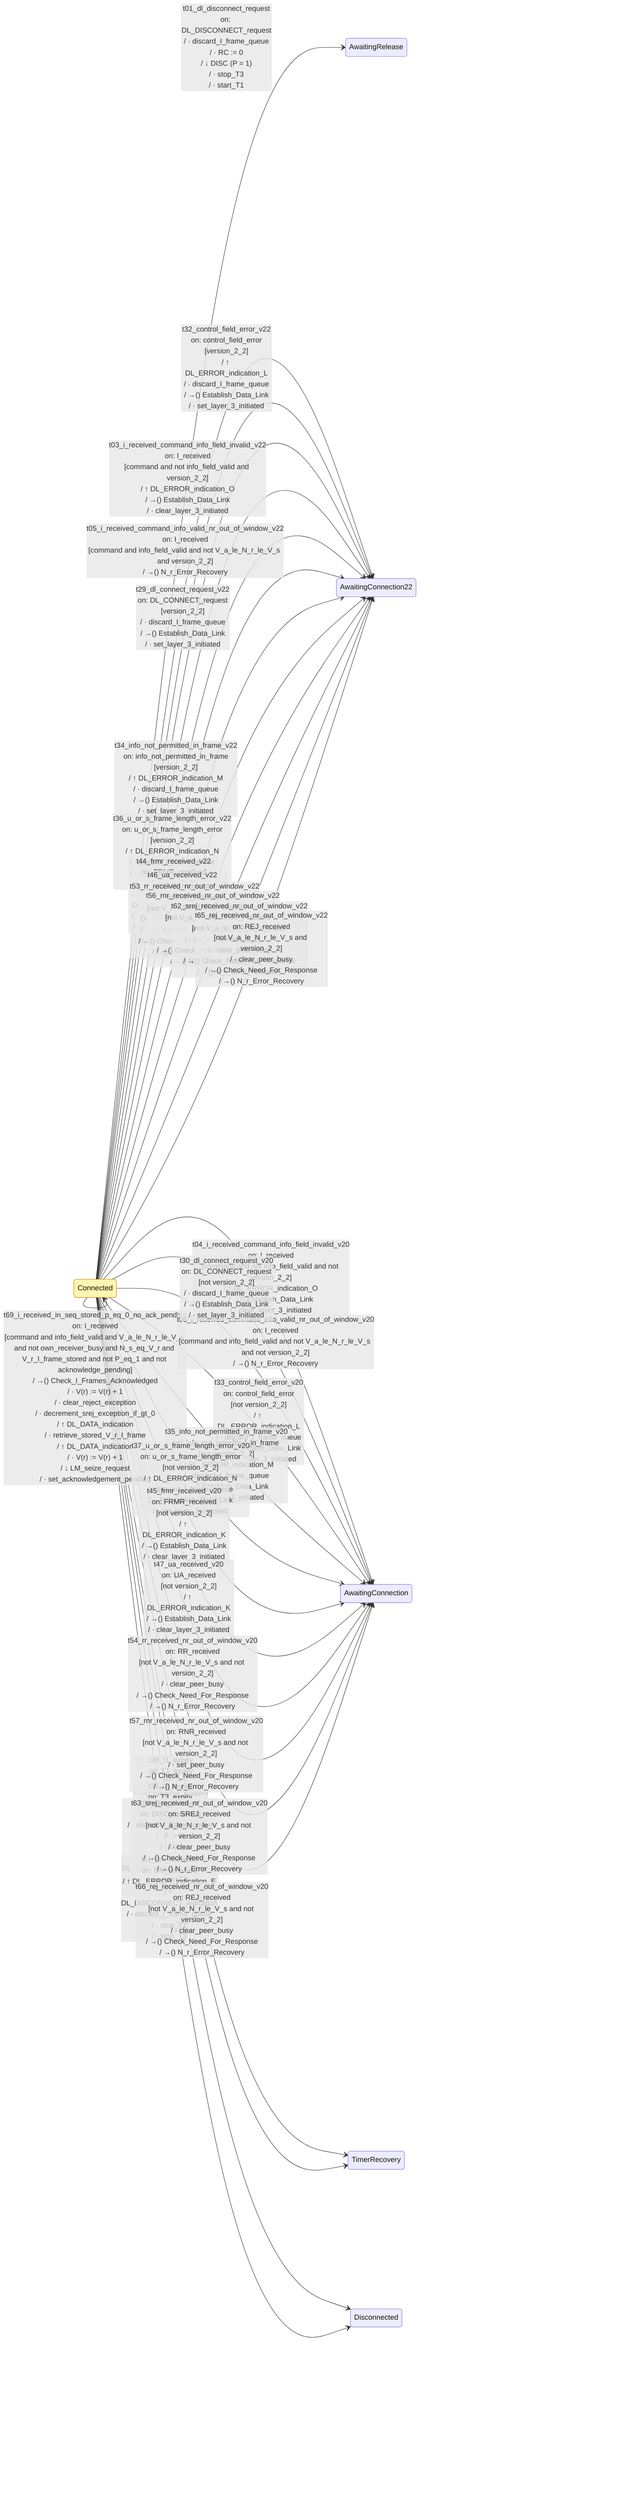
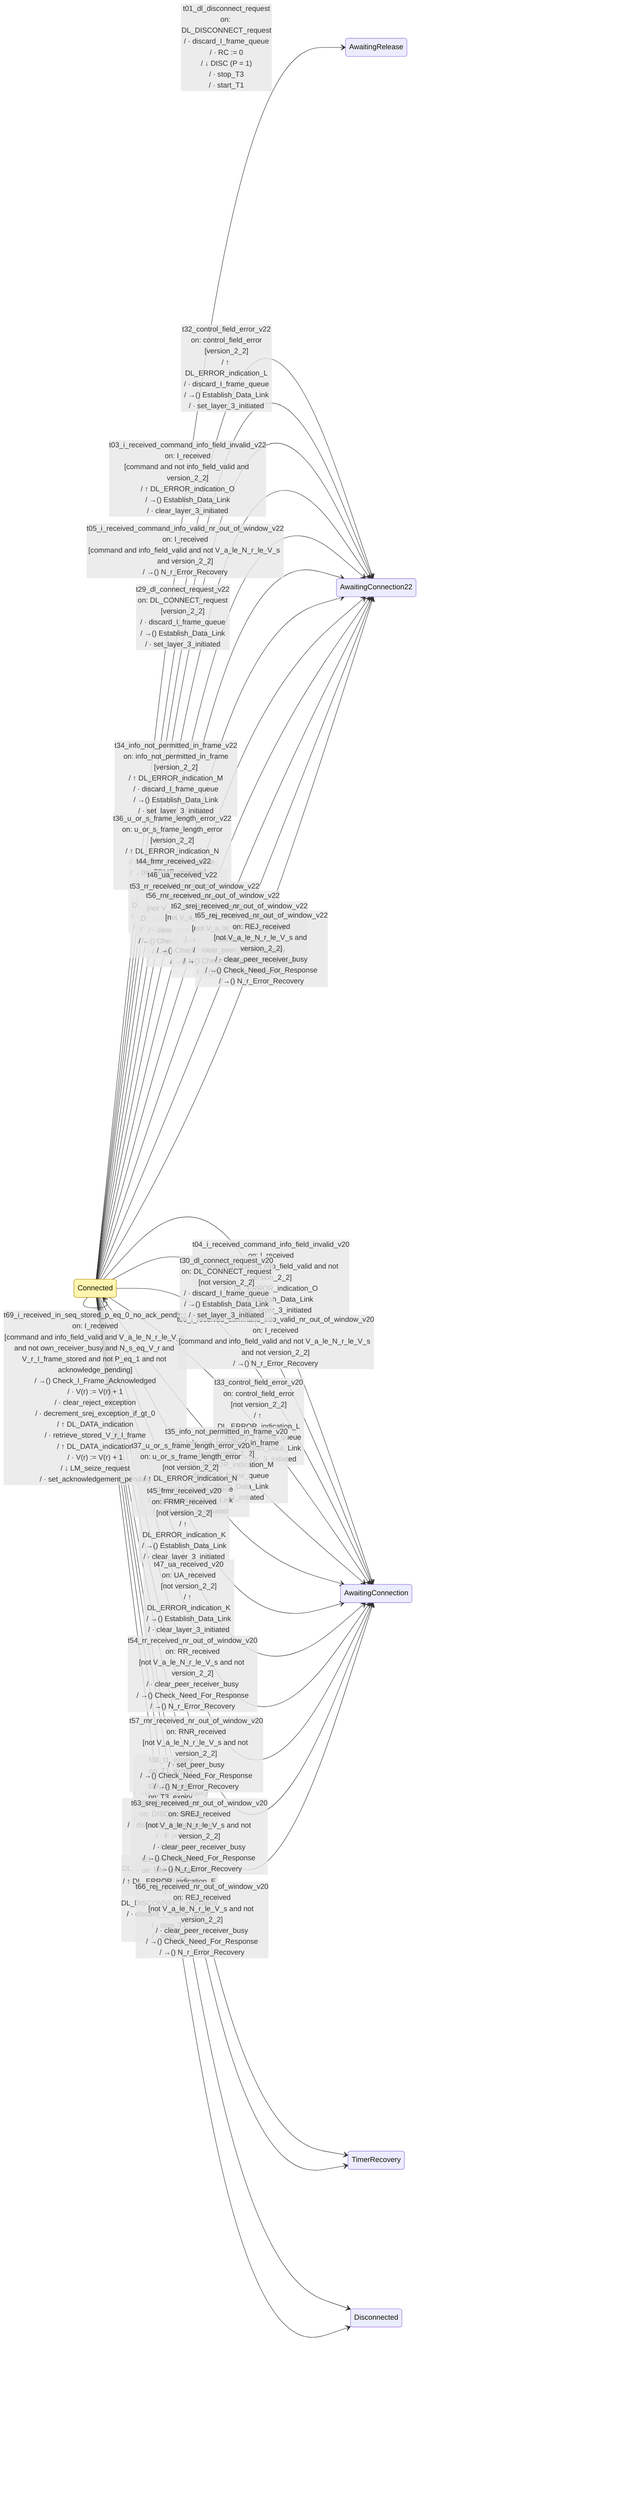
%% This file was produced by tools/Packet.Sdl.CodeGen from spec-sdl/data-link/connected.sdl.yaml
%% Do not edit by hand. Run `dotnet run --project tools/Packet.Sdl.CodeGen` to regenerate.
%%
%% Source: ax.25.2.2.4_Oct_25, figure figc4.4
%% URL: https://raw.githubusercontent.com/packethacking/ax25spec/main/doc/media/figc4.4a.png
%% Coverage: complete
%%
%% Important: this rendering is approximate and intentionally
%% looks nothing like the original SDL figure. It is a machine-
%% generated view of the transitions in the .sdl.yaml — useful
%% for spotting transcription bugs (missing transitions, wrong
%% destination state) but NOT a substitute for reading the spec
%% figure itself. See docs/sdl-primer.md.

stateDiagram-v2
    direction LR

    classDef focal fill:#fff5b1,stroke:#b08800;
    class Connected focal
    Connected --> AwaitingRelease: t01_dl_disconnect_request<br/>on: DL_DISCONNECT_request<br/>/ · discard_I_frame_queue<br/>/ · RC := 0<br/>/ ↓ DISC (P = 1)<br/>/ · stop_T3<br/>/ · start_T1
    Connected --> Connected: t02_i_received_not_command<br/>on: I_received<br/>[not command]<br/>/ ↑ DL_ERROR_indication_O<br/>/ · discard_I_frame
    Connected --> AwaitingConnection22: t03_i_received_command_info_field_invalid_v22<br/>on: I_received<br/>[command and not info_field_valid and version_2_2]<br/>/ ↑ DL_ERROR_indication_O<br/>/ →() Establish_Data_Link<br/>/ · clear_layer_3_initiated
    Connected --> AwaitingConnection: t04_i_received_command_info_field_invalid_v20<br/>on: I_received<br/>[command and not info_field_valid and not version_2_2]<br/>/ ↑ DL_ERROR_indication_O<br/>/ →() Establish_Data_Link<br/>/ · clear_layer_3_initiated
    Connected --> AwaitingConnection22: t05_i_received_command_info_valid_nr_out_of_window_v22<br/>on: I_received<br/>[command and info_field_valid and not V_a_le_N_r_le_V_s and version_2_2]<br/>/ →() N_r_Error_Recovery
    Connected --> AwaitingConnection: t06_i_received_command_info_valid_nr_out_of_window_v20<br/>on: I_received<br/>[command and info_field_valid and not V_a_le_N_r_le_V_s and not version_2_2]<br/>/ →() N_r_Error_Recovery
-     Connected --> Connected: t07_i_received_own_busy_p_eq_1<br/>on: I_received<br/>[command and info_field_valid and V_a_le_N_r_le_V_s and own_receiver_busy and P_eq_1]<br/>/ →() Check_I_Frames_Acknowledged<br/>/ · discard_contents_of_I_frame<br/>/ · F := 1<br/>/ · N(r) := V(r)<br/>/ ↓ RR<br/>/ · clear_acknowledge_pending
-     Connected --> Connected: t08_i_received_own_busy_p_eq_0<br/>on: I_received<br/>[command and info_field_valid and V_a_le_N_r_le_V_s and own_receiver_busy and not P_eq_1]<br/>/ →() Check_I_Frames_Acknowledged<br/>/ · discard_contents_of_I_frame
-     Connected --> Connected: t09_i_received_in_seq_no_stored_p_eq_1<br/>on: I_received<br/>[command and info_field_valid and V_a_le_N_r_le_V_s and not own_receiver_busy and N_s_eq_V_r and not V_r_I_frame_stored and P_eq_1]<br/>/ →() Check_I_Frames_Acknowledged<br/>/ · V(r) := V(r) + 1<br/>/ · clear_reject_exception<br/>/ · decrement_srej_exception_if_gt_0<br/>/ ↑ DL_DATA_indication<br/>/ · F := 1<br/>/ · N(r) := V(r)<br/>/ ↓ RR<br/>/ · clear_acknowledge_pending
-     Connected --> Connected: t10_i_received_in_seq_no_stored_p_eq_0_ack_pending<br/>on: I_received<br/>[command and info_field_valid and V_a_le_N_r_le_V_s and not own_receiver_busy and N_s_eq_V_r and not V_r_I_frame_stored and not P_eq_1 and acknowledge_pending]<br/>/ →() Check_I_Frames_Acknowledged<br/>/ · V(r) := V(r) + 1<br/>/ · clear_reject_exception<br/>/ · decrement_srej_exception_if_gt_0<br/>/ ↑ DL_DATA_indication
-     Connected --> Connected: t11_i_received_in_seq_no_stored_p_eq_0_no_ack_pending<br/>on: I_received<br/>[command and info_field_valid and V_a_le_N_r_le_V_s and not own_receiver_busy and N_s_eq_V_r and not V_r_I_frame_stored and not P_eq_1 and not acknowledge_pending]<br/>/ →() Check_I_Frames_Acknowledged<br/>/ · V(r) := V(r) + 1<br/>/ · clear_reject_exception<br/>/ · decrement_srej_exception_if_gt_0<br/>/ ↑ DL_DATA_indication<br/>/ ↓ LM_seize_request<br/>/ · set_acknowledgement_pending
-     Connected --> Connected: t12_i_received_out_of_seq_reject_exception_p_eq_1<br/>on: I_received<br/>[command and info_field_valid and V_a_le_N_r_le_V_s and not own_receiver_busy and not N_s_eq_V_r and reject_exception and P_eq_1]<br/>/ →() Check_I_Frames_Acknowledged<br/>/ · discard_contents_of_I_frame<br/>/ · F := 1<br/>/ · N(r) := V(r)<br/>/ ↓ RR<br/>/ · clear_acknowledge_pending
-     Connected --> Connected: t13_i_received_out_of_seq_reject_exception_p_eq_0<br/>on: I_received<br/>[command and info_field_valid and V_a_le_N_r_le_V_s and not own_receiver_busy and not N_s_eq_V_r and reject_exception and not P_eq_1]<br/>/ →() Check_I_Frames_Acknowledged<br/>/ · discard_contents_of_I_frame
-     Connected --> Connected: t14_i_received_out_of_seq_srej_enabled_no_excep_in_range<br/>on: I_received<br/>[command and info_field_valid and V_a_le_N_r_le_V_s and not own_receiver_busy and not N_s_eq_V_r and not reject_exception and srej_enabled and not srej_exception_gt_0 and not N_s_gt_V_r_plus_1]<br/>/ →() Check_I_Frames_Acknowledged<br/>/ · save_contents_of_I_frame<br/>/ · N(r) := V(r)<br/>/ · F := 1<br/>/ · increment_srej_exception<br/>/ ↓ SREJ
-     Connected --> Connected: t15_i_received_out_of_seq_srej_enabled_no_excep_far_skip<br/>on: I_received<br/>[command and info_field_valid and V_a_le_N_r_le_V_s and not own_receiver_busy and not N_s_eq_V_r and not reject_exception and srej_enabled and not srej_exception_gt_0 and N_s_gt_V_r_plus_1]<br/>/ →() Check_I_Frames_Acknowledged<br/>/ · save_contents_of_I_frame<br/>/ · discard_contents_of_I_frame<br/>/ · set_reject_exception<br/>/ · F := P<br/>/ · N(r) := V(r)<br/>/ ↓ REJ<br/>/ · clear_acknowledge_pending
-     Connected --> Connected: t16_i_received_out_of_seq_srej_enabled_existing_excep<br/>on: I_received<br/>[command and info_field_valid and V_a_le_N_r_le_V_s and not own_receiver_busy and not N_s_eq_V_r and not reject_exception and srej_enabled and srej_exception_gt_0]<br/>/ →() Check_I_Frames_Acknowledged<br/>/ · save_contents_of_I_frame<br/>/ · N(r) := N(s)<br/>/ · F := 0<br/>/ · increment_srej_exception<br/>/ ↓ SREJ
-     Connected --> Connected: t17_i_received_out_of_seq_srej_disabled<br/>on: I_received<br/>[command and info_field_valid and V_a_le_N_r_le_V_s and not own_receiver_busy and not N_s_eq_V_r and not reject_exception and not srej_enabled]<br/>/ →() Check_I_Frames_Acknowledged<br/>/ · discard_contents_of_I_frame<br/>/ · set_reject_exception<br/>/ · F := P<br/>/ · N(r) := V(r)<br/>/ ↓ REJ<br/>/ · clear_acknowledge_pending
+     Connected --> Connected: t07_i_received_own_busy_p_eq_1<br/>on: I_received<br/>[command and info_field_valid and V_a_le_N_r_le_V_s and own_receiver_busy and P_eq_1]<br/>/ →() Check_I_Frame_Acknowledged<br/>/ · discard_contents_of_I_frame<br/>/ · F := 1<br/>/ · N(r) := V(r)<br/>/ ↓ RR<br/>/ · clear_acknowledge_pending
+     Connected --> Connected: t08_i_received_own_busy_p_eq_0<br/>on: I_received<br/>[command and info_field_valid and V_a_le_N_r_le_V_s and own_receiver_busy and not P_eq_1]<br/>/ →() Check_I_Frame_Acknowledged<br/>/ · discard_contents_of_I_frame
+     Connected --> Connected: t09_i_received_in_seq_no_stored_p_eq_1<br/>on: I_received<br/>[command and info_field_valid and V_a_le_N_r_le_V_s and not own_receiver_busy and N_s_eq_V_r and not V_r_I_frame_stored and P_eq_1]<br/>/ →() Check_I_Frame_Acknowledged<br/>/ · V(r) := V(r) + 1<br/>/ · clear_reject_exception<br/>/ · decrement_srej_exception_if_gt_0<br/>/ ↑ DL_DATA_indication<br/>/ · F := 1<br/>/ · N(r) := V(r)<br/>/ ↓ RR<br/>/ · clear_acknowledge_pending
+     Connected --> Connected: t10_i_received_in_seq_no_stored_p_eq_0_ack_pending<br/>on: I_received<br/>[command and info_field_valid and V_a_le_N_r_le_V_s and not own_receiver_busy and N_s_eq_V_r and not V_r_I_frame_stored and not P_eq_1 and acknowledge_pending]<br/>/ →() Check_I_Frame_Acknowledged<br/>/ · V(r) := V(r) + 1<br/>/ · clear_reject_exception<br/>/ · decrement_srej_exception_if_gt_0<br/>/ ↑ DL_DATA_indication
+     Connected --> Connected: t11_i_received_in_seq_no_stored_p_eq_0_no_ack_pending<br/>on: I_received<br/>[command and info_field_valid and V_a_le_N_r_le_V_s and not own_receiver_busy and N_s_eq_V_r and not V_r_I_frame_stored and not P_eq_1 and not acknowledge_pending]<br/>/ →() Check_I_Frame_Acknowledged<br/>/ · V(r) := V(r) + 1<br/>/ · clear_reject_exception<br/>/ · decrement_srej_exception_if_gt_0<br/>/ ↑ DL_DATA_indication<br/>/ ↓ LM_seize_request<br/>/ · set_acknowledgement_pending
+     Connected --> Connected: t12_i_received_out_of_seq_reject_exception_p_eq_1<br/>on: I_received<br/>[command and info_field_valid and V_a_le_N_r_le_V_s and not own_receiver_busy and not N_s_eq_V_r and reject_exception and P_eq_1]<br/>/ →() Check_I_Frame_Acknowledged<br/>/ · discard_contents_of_I_frame<br/>/ · F := 1<br/>/ · N(r) := V(r)<br/>/ ↓ RR<br/>/ · clear_acknowledge_pending
+     Connected --> Connected: t13_i_received_out_of_seq_reject_exception_p_eq_0<br/>on: I_received<br/>[command and info_field_valid and V_a_le_N_r_le_V_s and not own_receiver_busy and not N_s_eq_V_r and reject_exception and not P_eq_1]<br/>/ →() Check_I_Frame_Acknowledged<br/>/ · discard_contents_of_I_frame
+     Connected --> Connected: t14_i_received_out_of_seq_srej_enabled_no_excep_in_range<br/>on: I_received<br/>[command and info_field_valid and V_a_le_N_r_le_V_s and not own_receiver_busy and not N_s_eq_V_r and not reject_exception and srej_enabled and not srej_exception_gt_0 and not N_s_gt_V_r_plus_1]<br/>/ →() Check_I_Frame_Acknowledged<br/>/ · save_contents_of_I_frame<br/>/ · N(r) := V(r)<br/>/ · F := 1<br/>/ · increment_srej_exception<br/>/ ↓ SREJ
+     Connected --> Connected: t15_i_received_out_of_seq_srej_enabled_no_excep_far_skip<br/>on: I_received<br/>[command and info_field_valid and V_a_le_N_r_le_V_s and not own_receiver_busy and not N_s_eq_V_r and not reject_exception and srej_enabled and not srej_exception_gt_0 and N_s_gt_V_r_plus_1]<br/>/ →() Check_I_Frame_Acknowledged<br/>/ · save_contents_of_I_frame<br/>/ · discard_contents_of_I_frame<br/>/ · set_reject_exception<br/>/ · F := P<br/>/ · N(r) := V(r)<br/>/ ↓ REJ<br/>/ · clear_acknowledge_pending
+     Connected --> Connected: t16_i_received_out_of_seq_srej_enabled_existing_excep<br/>on: I_received<br/>[command and info_field_valid and V_a_le_N_r_le_V_s and not own_receiver_busy and not N_s_eq_V_r and not reject_exception and srej_enabled and srej_exception_gt_0]<br/>/ →() Check_I_Frame_Acknowledged<br/>/ · save_contents_of_I_frame<br/>/ · N(r) := N(s)<br/>/ · F := 0<br/>/ · increment_srej_exception<br/>/ ↓ SREJ
+     Connected --> Connected: t17_i_received_out_of_seq_srej_disabled<br/>on: I_received<br/>[command and info_field_valid and V_a_le_N_r_le_V_s and not own_receiver_busy and not N_s_eq_V_r and not reject_exception and not srej_enabled]<br/>/ →() Check_I_Frame_Acknowledged<br/>/ · discard_contents_of_I_frame<br/>/ · set_reject_exception<br/>/ · F := P<br/>/ · N(r) := V(r)<br/>/ ↓ REJ<br/>/ · clear_acknowledge_pending
    Connected --> Connected: t18_dl_data_request<br/>on: DL_DATA_request<br/>/ ⇢ push_on_I_frame_queue
    Connected --> Connected: t19_i_frame_pops_off_queue_send_now_t1_running<br/>on: I_frame_pops_off_queue<br/>[not peer_receiver_busy and not V_s_eq_V_a_plus_k and T1_running]<br/>/ · N(s) := V(s)<br/>/ · N(r) := V(r)<br/>/ · p := 0<br/>/ ↓ I_command<br/>/ · V(s) := V(s) + 1<br/>/ · clear_acknowledge_pending
    Connected --> Connected: t20_i_frame_pops_off_queue_send_now_t1_not_running<br/>on: I_frame_pops_off_queue<br/>[not peer_receiver_busy and not V_s_eq_V_a_plus_k and not T1_running]<br/>/ · N(s) := V(s)<br/>/ · N(r) := V(r)<br/>/ · p := 0<br/>/ ↓ I_command<br/>/ · V(s) := V(s) + 1<br/>/ · clear_acknowledge_pending<br/>/ · stop_T3<br/>/ · start_T1
    Connected --> Connected: t21_i_frame_pops_off_queue_window_full<br/>on: I_frame_pops_off_queue<br/>[not peer_receiver_busy and V_s_eq_V_a_plus_k]<br/>/ ⇢ push_on_I_frame_queue
    Connected --> Connected: t22_i_frame_pops_off_queue_peer_busy<br/>on: I_frame_pops_off_queue<br/>[peer_receiver_busy]<br/>/ ⇢ push_on_I_frame_queue
    Connected --> Connected: t23_dl_unit_data_request<br/>on: DL_UNIT_DATA_request<br/>/ ↓ UI_command
    Connected --> Connected: t24_dl_flow_off_when_not_busy<br/>on: DL_FLOW_OFF_request<br/>[own_receiver_busy]<br/>/ · set_own_receiver_busy<br/>/ ↓ RNR_response<br/>/ · clear_acknowledge_pending
    Connected --> Connected: t25_dl_flow_off_when_already_busy<br/>on: DL_FLOW_OFF_request<br/>[not own_receiver_busy]
    Connected --> Connected: t26_dl_flow_on_when_busy_and_t1_not_running<br/>on: DL_FLOW_ON_request<br/>[own_receiver_busy and not T1_running]<br/>/ · clear_own_receiver_busy<br/>/ ↓ RR_command<br/>/ · clear_acknowledge_pending<br/>/ · stop_T3<br/>/ · start_T1
    Connected --> Connected: t27_dl_flow_on_when_busy_and_t1_running<br/>on: DL_FLOW_ON_request<br/>[own_receiver_busy and T1_running]<br/>/ · clear_own_receiver_busy<br/>/ ↓ RR_command<br/>/ · clear_acknowledge_pending
    Connected --> Connected: t28_dl_flow_on_when_not_busy<br/>on: DL_FLOW_ON_request<br/>[not own_receiver_busy]
    Connected --> AwaitingConnection22: t29_dl_connect_request_v22<br/>on: DL_CONNECT_request<br/>[version_2_2]<br/>/ · discard_I_frame_queue<br/>/ →() Establish_Data_Link<br/>/ · set_layer_3_initiated
    Connected --> AwaitingConnection: t30_dl_connect_request_v20<br/>on: DL_CONNECT_request<br/>[not version_2_2]<br/>/ · discard_I_frame_queue<br/>/ →() Establish_Data_Link<br/>/ · set_layer_3_initiated
    Connected --> Connected: t31_all_other_primitives_from_lower_layer<br/>on: all_other_primitives__from_lower_layer
    Connected --> AwaitingConnection22: t32_control_field_error_v22<br/>on: control_field_error<br/>[version_2_2]<br/>/ ↑ DL_ERROR_indication_L<br/>/ · discard_I_frame_queue<br/>/ →() Establish_Data_Link<br/>/ · set_layer_3_initiated
    Connected --> AwaitingConnection: t33_control_field_error_v20<br/>on: control_field_error<br/>[not version_2_2]<br/>/ ↑ DL_ERROR_indication_L<br/>/ · discard_I_frame_queue<br/>/ →() Establish_Data_Link<br/>/ · set_layer_3_initiated
    Connected --> AwaitingConnection22: t34_info_not_permitted_in_frame_v22<br/>on: info_not_permitted_in_frame<br/>[version_2_2]<br/>/ ↑ DL_ERROR_indication_M<br/>/ · discard_I_frame_queue<br/>/ →() Establish_Data_Link<br/>/ · set_layer_3_initiated
    Connected --> AwaitingConnection: t35_info_not_permitted_in_frame_v20<br/>on: info_not_permitted_in_frame<br/>[not version_2_2]<br/>/ ↑ DL_ERROR_indication_M<br/>/ · discard_I_frame_queue<br/>/ →() Establish_Data_Link<br/>/ · set_layer_3_initiated
    Connected --> AwaitingConnection22: t36_u_or_s_frame_length_error_v22<br/>on: u_or_s_frame_length_error<br/>[version_2_2]<br/>/ ↑ DL_ERROR_indication_N<br/>/ · discard_I_frame_queue<br/>/ →() Establish_Data_Link<br/>/ · set_layer_3_initiated
    Connected --> AwaitingConnection: t37_u_or_s_frame_length_error_v20<br/>on: u_or_s_frame_length_error<br/>[not version_2_2]<br/>/ ↑ DL_ERROR_indication_N<br/>/ · discard_I_frame_queue<br/>/ →() Establish_Data_Link<br/>/ · set_layer_3_initiated
    Connected --> TimerRecovery: t38_t1_expiry<br/>on: T1_expiry<br/>/ · RC := 1<br/>/ →() Transmit_Enquiry
    Connected --> TimerRecovery: t39_t3_expiry<br/>on: T3_expiry<br/>/ · RC := 1<br/>/ →() Transmit_Enquiry
    Connected --> Connected: t40_sabm_received_vs_neq_va<br/>on: SABM_received<br/>[not V_s_eq_V_a]<br/>/ · F := P<br/>/ · set_version_2_0<br/>/ ↓ UA<br/>/ →() Clear_Exception_Conditions<br/>/ ↑ DL_ERROR_indication_F<br/>/ · discard_I_frame_queue<br/>/ ↑ DL_CONNECT_indication<br/>/ · stop_T1<br/>/ · start_T3<br/>/ · V(a) := 0<br/>/ · V(s) := 0<br/>/ · V(r) := 0<br/>/ · RC := 0
    Connected --> Connected: t41_sabm_received_vs_eq_va<br/>on: SABM_received<br/>[V_s_eq_V_a]<br/>/ · F := P<br/>/ · set_version_2_0<br/>/ ↓ UA<br/>/ →() Clear_Exception_Conditions<br/>/ ↑ DL_ERROR_indication_F<br/>/ · stop_T1<br/>/ · start_T3<br/>/ · V(a) := 0<br/>/ · V(s) := 0<br/>/ · V(r) := 0<br/>/ · RC := 0
    Connected --> Connected: t42_sabme_received_vs_neq_va<br/>on: SABME_received<br/>[not V_s_eq_V_a]<br/>/ · F := P<br/>/ · set_version_2_2<br/>/ ↓ UA<br/>/ →() Clear_Exception_Conditions<br/>/ ↑ DL_ERROR_indication_F<br/>/ · discard_I_frame_queue<br/>/ ↑ DL_CONNECT_indication<br/>/ · stop_T1<br/>/ · start_T3<br/>/ · V(a) := 0<br/>/ · V(s) := 0<br/>/ · V(r) := 0<br/>/ · RC := 0
    Connected --> Connected: t43_sabme_received_vs_eq_va<br/>on: SABME_received<br/>[V_s_eq_V_a]<br/>/ · F := P<br/>/ · set_version_2_2<br/>/ ↓ UA<br/>/ →() Clear_Exception_Conditions<br/>/ ↑ DL_ERROR_indication_F<br/>/ · stop_T1<br/>/ · start_T3<br/>/ · V(a) := 0<br/>/ · V(s) := 0<br/>/ · V(r) := 0<br/>/ · RC := 0
    Connected --> AwaitingConnection22: t44_frmr_received_v22<br/>on: FRMR_received<br/>[version_2_2]<br/>/ ↑ DL_ERROR_indication_K<br/>/ →() Establish_Data_Link<br/>/ · clear_layer_3_initiated
    Connected --> AwaitingConnection: t45_frmr_received_v20<br/>on: FRMR_received<br/>[not version_2_2]<br/>/ ↑ DL_ERROR_indication_K<br/>/ →() Establish_Data_Link<br/>/ · clear_layer_3_initiated
    Connected --> AwaitingConnection22: t46_ua_received_v22<br/>on: UA_received<br/>[version_2_2]<br/>/ ↑ DL_ERROR_indication_K<br/>/ →() Establish_Data_Link<br/>/ · clear_layer_3_initiated
    Connected --> AwaitingConnection: t47_ua_received_v20<br/>on: UA_received<br/>[not version_2_2]<br/>/ ↑ DL_ERROR_indication_K<br/>/ →() Establish_Data_Link<br/>/ · clear_layer_3_initiated
    Connected --> Connected: t48_ui_received_p_eq_0<br/>on: UI_received<br/>[not P_eq_1]<br/>/ →() UI_Check
    Connected --> Connected: t49_ui_received_p_eq_1<br/>on: UI_received<br/>[P_eq_1]<br/>/ →() UI_Check<br/>/ →() Enquiry_Response_F_1
    Connected --> Disconnected: t50_disc_received<br/>on: DISC_received<br/>/ · discard_I_frame_queue<br/>/ · F := P<br/>/ ↓ UA<br/>/ ↑ DL_DISCONNECT_indication<br/>/ · stop_T3<br/>/ · start_T1
    Connected --> Disconnected: t51_dm_received<br/>on: DM_received<br/>/ ↑ DL_ERROR_indication_E<br/>/ ↑ DL_DISCONNECT_indication<br/>/ · discard_I_frame_queue<br/>/ · stop_T1<br/>/ · stop_T3
-     Connected --> Connected: t52_rr_received_nr_in_window<br/>on: RR_received<br/>[V_a_le_N_r_le_V_s]<br/>/ · clear_peer_busy<br/>/ →() Check_Need_For_Response<br/>/ →() Check_I_Frame_Acknowledged
-     Connected --> AwaitingConnection22: t53_rr_received_nr_out_of_window_v22<br/>on: RR_received<br/>[not V_a_le_N_r_le_V_s and version_2_2]<br/>/ · clear_peer_busy<br/>/ →() Check_Need_For_Response<br/>/ →() N_r_Error_Recovery
-     Connected --> AwaitingConnection: t54_rr_received_nr_out_of_window_v20<br/>on: RR_received<br/>[not V_a_le_N_r_le_V_s and not version_2_2]<br/>/ · clear_peer_busy<br/>/ →() Check_Need_For_Response<br/>/ →() N_r_Error_Recovery
+     Connected --> Connected: t52_rr_received_nr_in_window<br/>on: RR_received<br/>[V_a_le_N_r_le_V_s]<br/>/ · clear_peer_receiver_busy<br/>/ →() Check_Need_For_Response<br/>/ →() Check_I_Frame_Acknowledged
+     Connected --> AwaitingConnection22: t53_rr_received_nr_out_of_window_v22<br/>on: RR_received<br/>[not V_a_le_N_r_le_V_s and version_2_2]<br/>/ · clear_peer_receiver_busy<br/>/ →() Check_Need_For_Response<br/>/ →() N_r_Error_Recovery
+     Connected --> AwaitingConnection: t54_rr_received_nr_out_of_window_v20<br/>on: RR_received<br/>[not V_a_le_N_r_le_V_s and not version_2_2]<br/>/ · clear_peer_receiver_busy<br/>/ →() Check_Need_For_Response<br/>/ →() N_r_Error_Recovery
    Connected --> Connected: t55_rnr_received_nr_in_window<br/>on: RNR_received<br/>[V_a_le_N_r_le_V_s]<br/>/ · set_peer_busy<br/>/ →() Check_Need_For_Response<br/>/ →() Check_I_Frame_Acknowledged
    Connected --> AwaitingConnection22: t56_rnr_received_nr_out_of_window_v22<br/>on: RNR_received<br/>[not V_a_le_N_r_le_V_s and version_2_2]<br/>/ · set_peer_busy<br/>/ →() Check_Need_For_Response<br/>/ →() N_r_Error_Recovery
    Connected --> AwaitingConnection: t57_rnr_received_nr_out_of_window_v20<br/>on: RNR_received<br/>[not V_a_le_N_r_le_V_s and not version_2_2]<br/>/ · set_peer_busy<br/>/ →() Check_Need_For_Response<br/>/ →() N_r_Error_Recovery
    Connected --> Connected: t58_lm_seize_confirm_no_ack_pending<br/>on: LM_SEIZE_confirm<br/>[not acknowledge_pending]<br/>/ ↓ LM_release_request
    Connected --> Connected: t59_lm_seize_confirm_ack_pending<br/>on: LM_SEIZE_confirm<br/>[acknowledge_pending]<br/>/ · clear_acknowledge_pending<br/>/ →() Enquiry_Response_F_0<br/>/ ↓ LM_release_request
-     Connected --> Connected: t60_srej_received_nr_in_window_pf_eq_0<br/>on: SREJ_received<br/>[V_a_le_N_r_le_V_s and not P_or_F_eq_1]<br/>/ · clear_peer_busy<br/>/ →() Check_Need_For_Response<br/>/ · stop_T1<br/>/ · start_T3<br/>/ →() Select_T1_Value<br/>/ ⇢ push_old_I_frame_N_r_on_queue<br/>/ ↓ LM_data_request<br/>/ · stop_T3<br/>/ · start_T1<br/>/ · clear_acknowledge_pending
-     Connected --> Connected: t61_srej_received_nr_in_window_pf_eq_1<br/>on: SREJ_received<br/>[V_a_le_N_r_le_V_s and P_or_F_eq_1]<br/>/ · clear_peer_busy<br/>/ →() Check_Need_For_Response<br/>/ · V(a) := N(r)<br/>/ · stop_T1<br/>/ · start_T3<br/>/ →() Select_T1_Value<br/>/ ⇢ push_old_I_frame_N_r_on_queue<br/>/ ↓ LM_data_request<br/>/ · stop_T3<br/>/ · start_T1<br/>/ · clear_acknowledge_pending
-     Connected --> AwaitingConnection22: t62_srej_received_nr_out_of_window_v22<br/>on: SREJ_received<br/>[not V_a_le_N_r_le_V_s and version_2_2]<br/>/ · clear_peer_busy<br/>/ →() Check_Need_For_Response<br/>/ →() N_r_Error_Recovery
-     Connected --> AwaitingConnection: t63_srej_received_nr_out_of_window_v20<br/>on: SREJ_received<br/>[not V_a_le_N_r_le_V_s and not version_2_2]<br/>/ · clear_peer_busy<br/>/ →() Check_Need_For_Response<br/>/ →() N_r_Error_Recovery
-     Connected --> Connected: t64_rej_received_nr_in_window<br/>on: REJ_received<br/>[V_a_le_N_r_le_V_s]<br/>/ · clear_peer_busy<br/>/ →() Check_Need_For_Response<br/>/ · V(a) := N(r)<br/>/ · start_T1<br/>/ · stop_T3<br/>/ · clear_acknowledge_pending<br/>/ →() Select_T1_Value<br/>/ →() Invoke_Retransmission
-     Connected --> AwaitingConnection22: t65_rej_received_nr_out_of_window_v22<br/>on: REJ_received<br/>[not V_a_le_N_r_le_V_s and version_2_2]<br/>/ · clear_peer_busy<br/>/ →() Check_Need_For_Response<br/>/ →() N_r_Error_Recovery
-     Connected --> AwaitingConnection: t66_rej_received_nr_out_of_window_v20<br/>on: REJ_received<br/>[not V_a_le_N_r_le_V_s and not version_2_2]<br/>/ · clear_peer_busy<br/>/ →() Check_Need_For_Response<br/>/ →() N_r_Error_Recovery
-     Connected --> Connected: t67_i_received_in_seq_stored_p_eq_1<br/>on: I_received<br/>[command and info_field_valid and V_a_le_N_r_le_V_s and not own_receiver_busy and N_s_eq_V_r and V_r_I_frame_stored and P_eq_1]<br/>/ →() Check_I_Frames_Acknowledged<br/>/ · V(r) := V(r) + 1<br/>/ · clear_reject_exception<br/>/ · decrement_srej_exception_if_gt_0<br/>/ ↑ DL_DATA_indication<br/>/ · retrieve_stored_V_r_I_frame<br/>/ ↑ DL_DATA_indication<br/>/ · V(r) := V(r) + 1<br/>/ · F := 1<br/>/ · N(r) := V(r)<br/>/ ↓ RR<br/>/ · clear_acknowledge_pending
-     Connected --> Connected: t68_i_received_in_seq_stored_p_eq_0_ack_pending<br/>on: I_received<br/>[command and info_field_valid and V_a_le_N_r_le_V_s and not own_receiver_busy and N_s_eq_V_r and V_r_I_frame_stored and not P_eq_1 and acknowledge_pending]<br/>/ →() Check_I_Frames_Acknowledged<br/>/ · V(r) := V(r) + 1<br/>/ · clear_reject_exception<br/>/ · decrement_srej_exception_if_gt_0<br/>/ ↑ DL_DATA_indication<br/>/ · retrieve_stored_V_r_I_frame<br/>/ ↑ DL_DATA_indication<br/>/ · V(r) := V(r) + 1
-     Connected --> Connected: t69_i_received_in_seq_stored_p_eq_0_no_ack_pending<br/>on: I_received<br/>[command and info_field_valid and V_a_le_N_r_le_V_s and not own_receiver_busy and N_s_eq_V_r and V_r_I_frame_stored and not P_eq_1 and not acknowledge_pending]<br/>/ →() Check_I_Frames_Acknowledged<br/>/ · V(r) := V(r) + 1<br/>/ · clear_reject_exception<br/>/ · decrement_srej_exception_if_gt_0<br/>/ ↑ DL_DATA_indication<br/>/ · retrieve_stored_V_r_I_frame<br/>/ ↑ DL_DATA_indication<br/>/ · V(r) := V(r) + 1<br/>/ ↓ LM_seize_request<br/>/ · set_acknowledgement_pending
+     Connected --> Connected: t60_srej_received_nr_in_window_pf_eq_0<br/>on: SREJ_received<br/>[V_a_le_N_r_le_V_s and not P_or_F_eq_1]<br/>/ · clear_peer_receiver_busy<br/>/ →() Check_Need_For_Response<br/>/ · stop_T1<br/>/ · start_T3<br/>/ →() Select_T1_Value<br/>/ ⇢ push_old_I_frame_N_r_on_queue<br/>/ ↓ LM_data_request<br/>/ · stop_T3<br/>/ · start_T1<br/>/ · clear_acknowledge_pending
+     Connected --> Connected: t61_srej_received_nr_in_window_pf_eq_1<br/>on: SREJ_received<br/>[V_a_le_N_r_le_V_s and P_or_F_eq_1]<br/>/ · clear_peer_receiver_busy<br/>/ →() Check_Need_For_Response<br/>/ · V(a) := N(r)<br/>/ · stop_T1<br/>/ · start_T3<br/>/ →() Select_T1_Value<br/>/ ⇢ push_old_I_frame_N_r_on_queue<br/>/ ↓ LM_data_request<br/>/ · stop_T3<br/>/ · start_T1<br/>/ · clear_acknowledge_pending
+     Connected --> AwaitingConnection22: t62_srej_received_nr_out_of_window_v22<br/>on: SREJ_received<br/>[not V_a_le_N_r_le_V_s and version_2_2]<br/>/ · clear_peer_receiver_busy<br/>/ →() Check_Need_For_Response<br/>/ →() N_r_Error_Recovery
+     Connected --> AwaitingConnection: t63_srej_received_nr_out_of_window_v20<br/>on: SREJ_received<br/>[not V_a_le_N_r_le_V_s and not version_2_2]<br/>/ · clear_peer_receiver_busy<br/>/ →() Check_Need_For_Response<br/>/ →() N_r_Error_Recovery
+     Connected --> Connected: t64_rej_received_nr_in_window<br/>on: REJ_received<br/>[V_a_le_N_r_le_V_s]<br/>/ · clear_peer_receiver_busy<br/>/ →() Check_Need_For_Response<br/>/ · V(a) := N(r)<br/>/ · start_T1<br/>/ · stop_T3<br/>/ · clear_acknowledge_pending<br/>/ →() Select_T1_Value<br/>/ →() Invoke_Retransmission
+     Connected --> AwaitingConnection22: t65_rej_received_nr_out_of_window_v22<br/>on: REJ_received<br/>[not V_a_le_N_r_le_V_s and version_2_2]<br/>/ · clear_peer_receiver_busy<br/>/ →() Check_Need_For_Response<br/>/ →() N_r_Error_Recovery
+     Connected --> AwaitingConnection: t66_rej_received_nr_out_of_window_v20<br/>on: REJ_received<br/>[not V_a_le_N_r_le_V_s and not version_2_2]<br/>/ · clear_peer_receiver_busy<br/>/ →() Check_Need_For_Response<br/>/ →() N_r_Error_Recovery
+     Connected --> Connected: t67_i_received_in_seq_stored_p_eq_1<br/>on: I_received<br/>[command and info_field_valid and V_a_le_N_r_le_V_s and not own_receiver_busy and N_s_eq_V_r and V_r_I_frame_stored and P_eq_1]<br/>/ →() Check_I_Frame_Acknowledged<br/>/ · V(r) := V(r) + 1<br/>/ · clear_reject_exception<br/>/ · decrement_srej_exception_if_gt_0<br/>/ ↑ DL_DATA_indication<br/>/ · retrieve_stored_V_r_I_frame<br/>/ ↑ DL_DATA_indication<br/>/ · V(r) := V(r) + 1<br/>/ · F := 1<br/>/ · N(r) := V(r)<br/>/ ↓ RR<br/>/ · clear_acknowledge_pending
+     Connected --> Connected: t68_i_received_in_seq_stored_p_eq_0_ack_pending<br/>on: I_received<br/>[command and info_field_valid and V_a_le_N_r_le_V_s and not own_receiver_busy and N_s_eq_V_r and V_r_I_frame_stored and not P_eq_1 and acknowledge_pending]<br/>/ →() Check_I_Frame_Acknowledged<br/>/ · V(r) := V(r) + 1<br/>/ · clear_reject_exception<br/>/ · decrement_srej_exception_if_gt_0<br/>/ ↑ DL_DATA_indication<br/>/ · retrieve_stored_V_r_I_frame<br/>/ ↑ DL_DATA_indication<br/>/ · V(r) := V(r) + 1
+     Connected --> Connected: t69_i_received_in_seq_stored_p_eq_0_no_ack_pending<br/>on: I_received<br/>[command and info_field_valid and V_a_le_N_r_le_V_s and not own_receiver_busy and N_s_eq_V_r and V_r_I_frame_stored and not P_eq_1 and not acknowledge_pending]<br/>/ →() Check_I_Frame_Acknowledged<br/>/ · V(r) := V(r) + 1<br/>/ · clear_reject_exception<br/>/ · decrement_srej_exception_if_gt_0<br/>/ ↑ DL_DATA_indication<br/>/ · retrieve_stored_V_r_I_frame<br/>/ ↑ DL_DATA_indication<br/>/ · V(r) := V(r) + 1<br/>/ ↓ LM_seize_request<br/>/ · set_acknowledgement_pending
